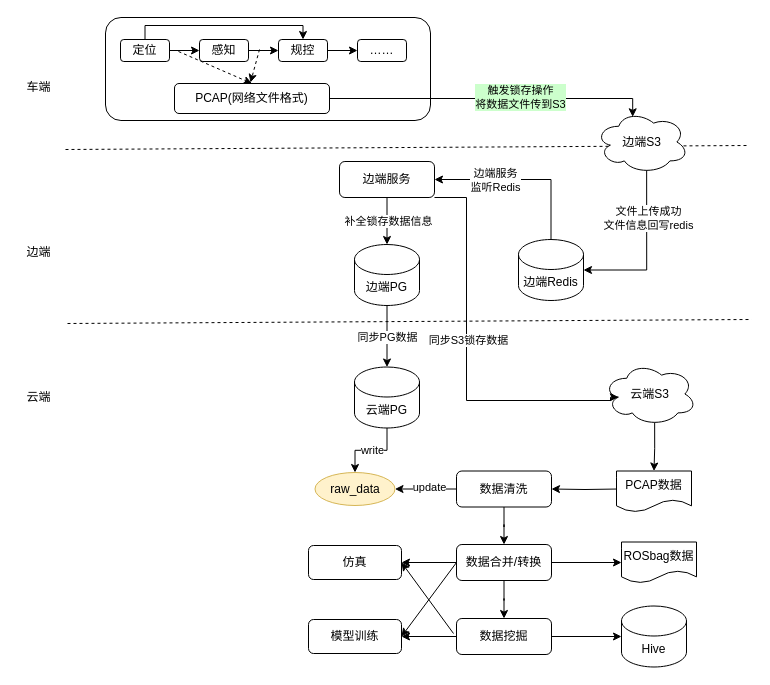
Above: framework/eq-datacloseloop.drawio in Morty123456/DrawIo (draw.io), before the change. Source tidied: cells renumbered, new cells numbered last; positions are measured from the earlier drawing's top-left corner, leaving out a move shared by most shapes. Both pictures are drawn from the tidied source at 100%, with x=0, y=0 at pixel (17, 17).
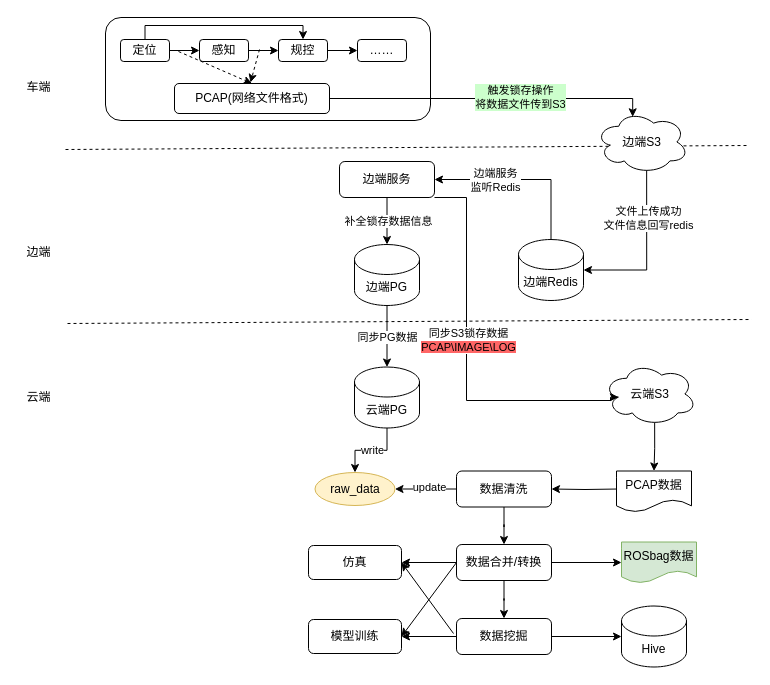
Above is the later version.

Commit message:
bag数据生成逻辑

Unchanged cells that the change refers to:
```xml
<mxCell id="38" style="edgeStyle=orthogonalEdgeStyle;rounded=0;jettySize=auto;html=1;exitX=1;exitY=1;exitDx=0;exitDy=0;entryX=0.16;entryY=0.55;entryDx=0;entryDy=0;entryPerimeter=0;" parent="1" edge="1" source="32" target="37">
  <mxGeometry relative="1" as="geometry">
    <Array as="points">
      <mxPoint x="449" y="180" />
      <mxPoint x="449" y="383" />
      <mxPoint x="593" y="383" />
      <mxPoint x="593" y="380" />
    </Array>
  </mxGeometry>
</mxCell>
```

The edit, as a diff of the source:
```diff
@@
-    <mxCell id="39" value="同步S3锁存数据" style="edgeLabel;html=1;align=center;verticalAlign=middle;" parent="38" vertex="1">
+    <mxCell id="39" value="同步S3锁存数据&lt;div&gt;&lt;span style=&quot;background-color: rgb(255, 102, 102);&quot;&gt;PCAP\IMAGE\LOG&lt;/span&gt;&lt;/div&gt;" style="edgeLabel;html=1;align=center;verticalAlign=middle;" parent="38" vertex="1">
       <mxGeometry x="-0.11" y="1" relative="1" as="geometry" />
     </mxCell>
@@
-    <mxCell id="55" value="ROSbag数据" style="shape=document;whiteSpace=wrap;html=1;boundedLbl=1;" parent="1" vertex="1">
+    <mxCell id="55" value="ROSbag数据" style="shape=document;whiteSpace=wrap;html=1;boundedLbl=1;fillColor=#d5e8d4;strokeColor=#82b366;" parent="1" vertex="1">
       <mxGeometry x="604" y="524.5" width="75" height="41" as="geometry" />
     </mxCell>
```
